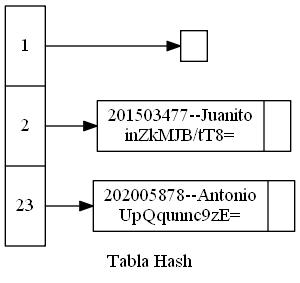
Above: EDD_Proyecto2/Reportes/Hash.png in hr9457/EDD_1S2020_PY2_201314296 (Graphviz), before the change. Its source is kept beside it as EDD_Proyecto2/ArchivosDot/Hash.dot.
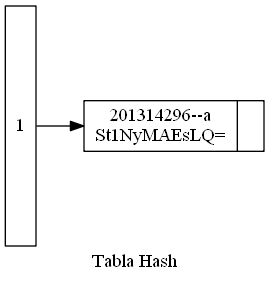
Later version of the same file.

What changed in the source:
```diff
@@ -2,13 +2,9 @@
 nodesep=0.08;
 rankdir=LR;
 node [shape=record,width=0.1,height=0.1];
-nodo0 [label = "  <f0>1| <f1>2| <f2>23 " , height=2.5];
-nodo1[label = " {}"];
-nodo2[label = " {201503477--Juanito\ninZkMJB/tT8=|}"];
-nodo3[label = " {202005878--Antonio\nUpQqunnc9zE=|}"];
+nodo0 [label = "  <f0>1 " , height=2.5];
+nodo1[label = " {201314296--a\nSt1NyMAEsLQ=|}"];
 
 nodo0:f0->nodo1
-nodo0:f1->nodo2
-nodo0:f2->nodo3
 label = " Tabla Hash ";
 }
```
